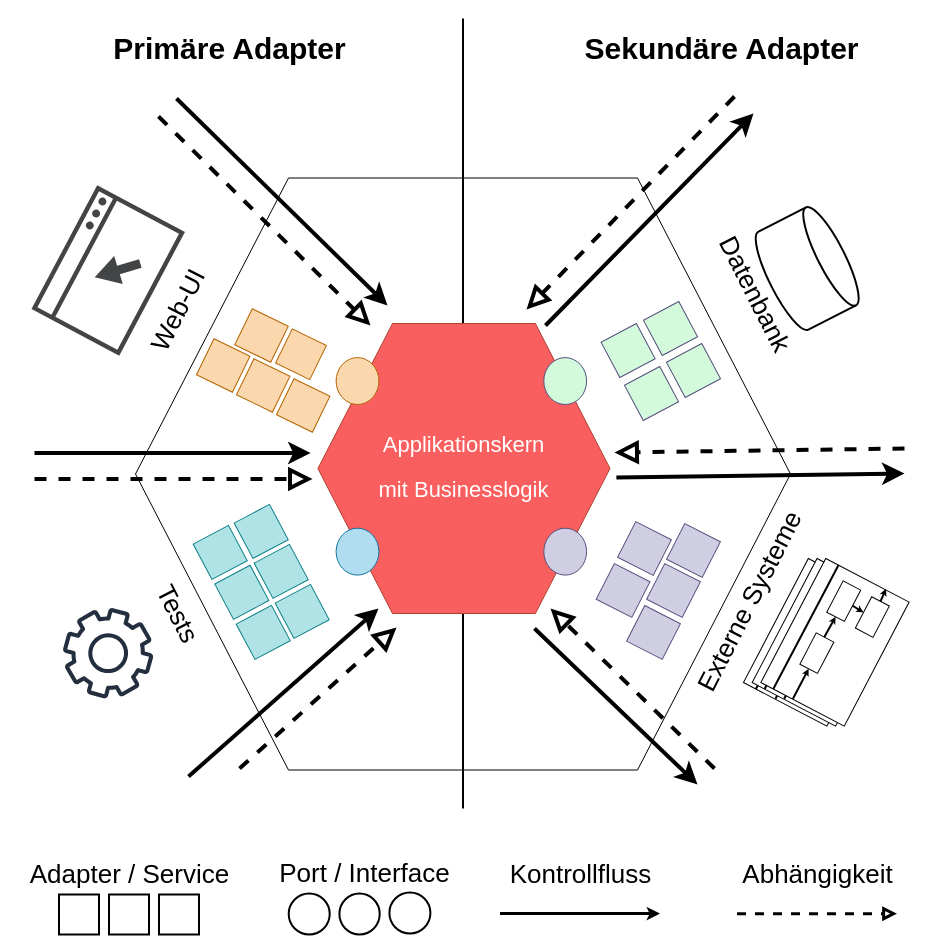
This is tex/img/HexagonaleArchitektur.drawio from xThale/Seminararbeit, a draw.io file, before an edit. Source tidied: cells renumbered, new cells numbered last; positions are measured from the earlier drawing's top-left corner, leaving out a move shared by most shapes. Both pictures are drawn from the tidied source at 100%, with x=0, y=0 at pixel (23, 18).
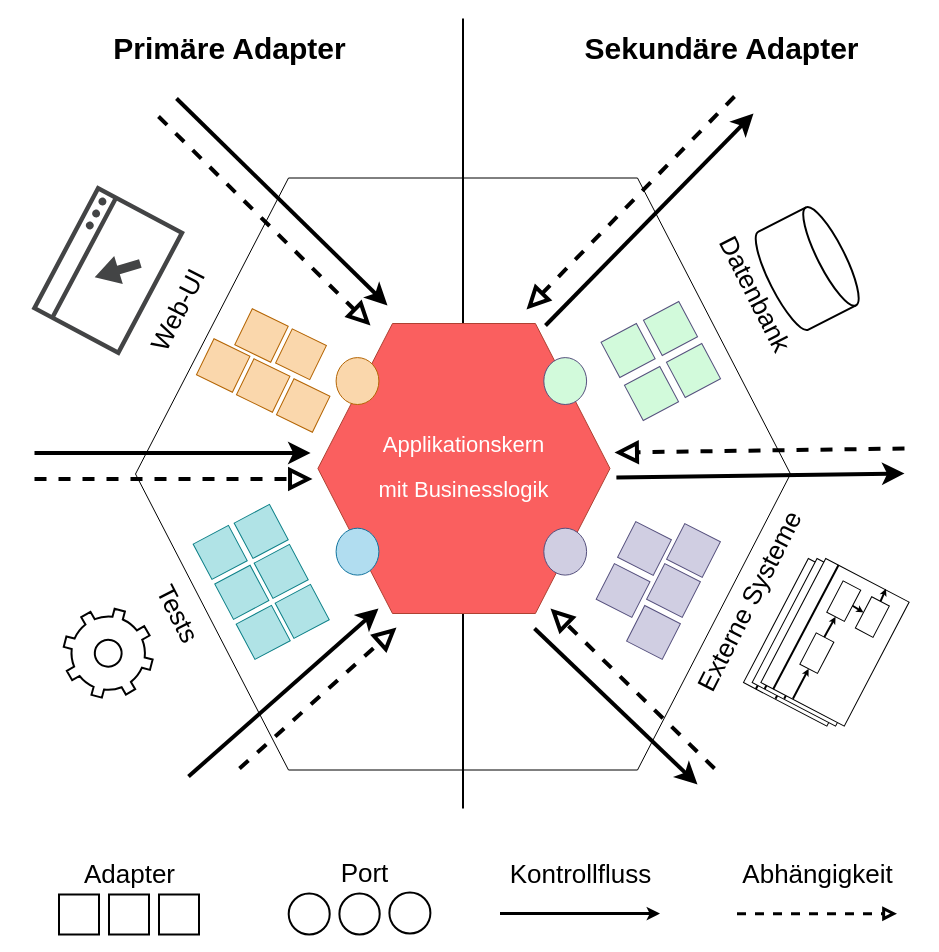
The same page after the edit.

The edit, as a diff of the source:
```diff
@@
+    <mxCell id="97" style="html=1;verticalLabelPosition=bottom;align=center;labelBackgroundColor=#ffffff;verticalAlign=top;strokeWidth=2;shadow=0;dashed=0;shape=mxgraph.ios7.icons.settings;rotation=60;" parent="1" vertex="1">
+      <mxGeometry x="40" y="590" width="89.4" height="89.4" as="geometry" />
+    </mxCell>
@@
-    <mxCell id="21" style="sketch=0;fontColor=#232F3E;gradientColor=none;fillColor=#232F3E;strokeColor=none;dashed=0;verticalLabelPosition=bottom;verticalAlign=top;align=center;html=1;fontSize=12;fontStyle=0;shape=mxgraph.aws4.gear;rotation=60;" parent="1" vertex="1">
-      <mxGeometry x="40" y="590" width="89.4" height="89.4" as="geometry" />
-    </mxCell>
@@
-    <mxCell id="43" value="Adapter / Service" style="text;html=1;align=center;verticalAlign=middle;strokeColor=none;fillColor=none;fontSize=26;fontColor=#000000;" parent="1" vertex="1">
-      <mxGeometry x="0.5" y="836" width="210" height="40" as="geometry" />
+    <mxCell id="43" value="Adapter" style="text;html=1;align=center;verticalAlign=middle;strokeColor=none;fillColor=none;fontSize=26;fontColor=#000000;" parent="1" vertex="1">
+      <mxGeometry x="50.5" y="836" width="110" height="40" as="geometry" />
     </mxCell>
@@
-    <mxCell id="88" value="&lt;span style=&quot;font-size: 26px;&quot;&gt;Port / Interface&lt;/span&gt;" style="text;html=1;strokeColor=none;fillColor=none;align=center;verticalAlign=middle;whiteSpace=wrap;rounded=0;fontSize=26;" parent="1" vertex="1">
+    <mxCell id="88" value="&lt;span style=&quot;font-size: 26px&quot;&gt;Port&lt;/span&gt;" style="text;html=1;strokeColor=none;fillColor=none;align=center;verticalAlign=middle;whiteSpace=wrap;rounded=0;fontSize=26;" parent="1" vertex="1">
       <mxGeometry x="226.2" y="830" width="231" height="50" as="geometry" />
     </mxCell>
```
